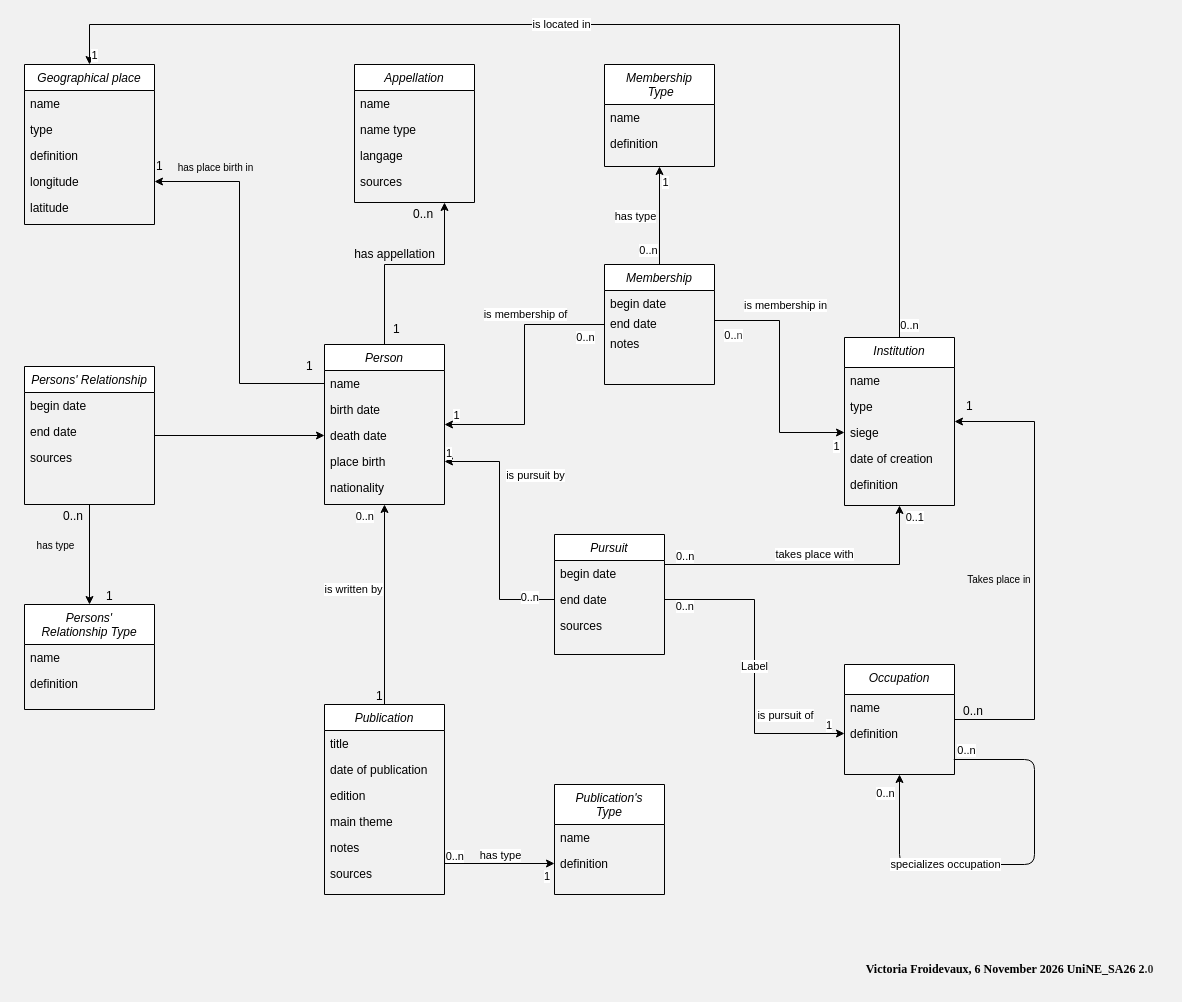
Before: document.drawio in t4sj56bd5r-dev/Historiens-CH-et-FR-du-19e, a draw.io diagram. Source tidied: cells renumbered, new cells numbered last; positions are measured from the earlier drawing's top-left corner, leaving out a move shared by most shapes. Both pictures are drawn from the tidied source at 100%, with x=0, y=0 at pixel (24, 24).
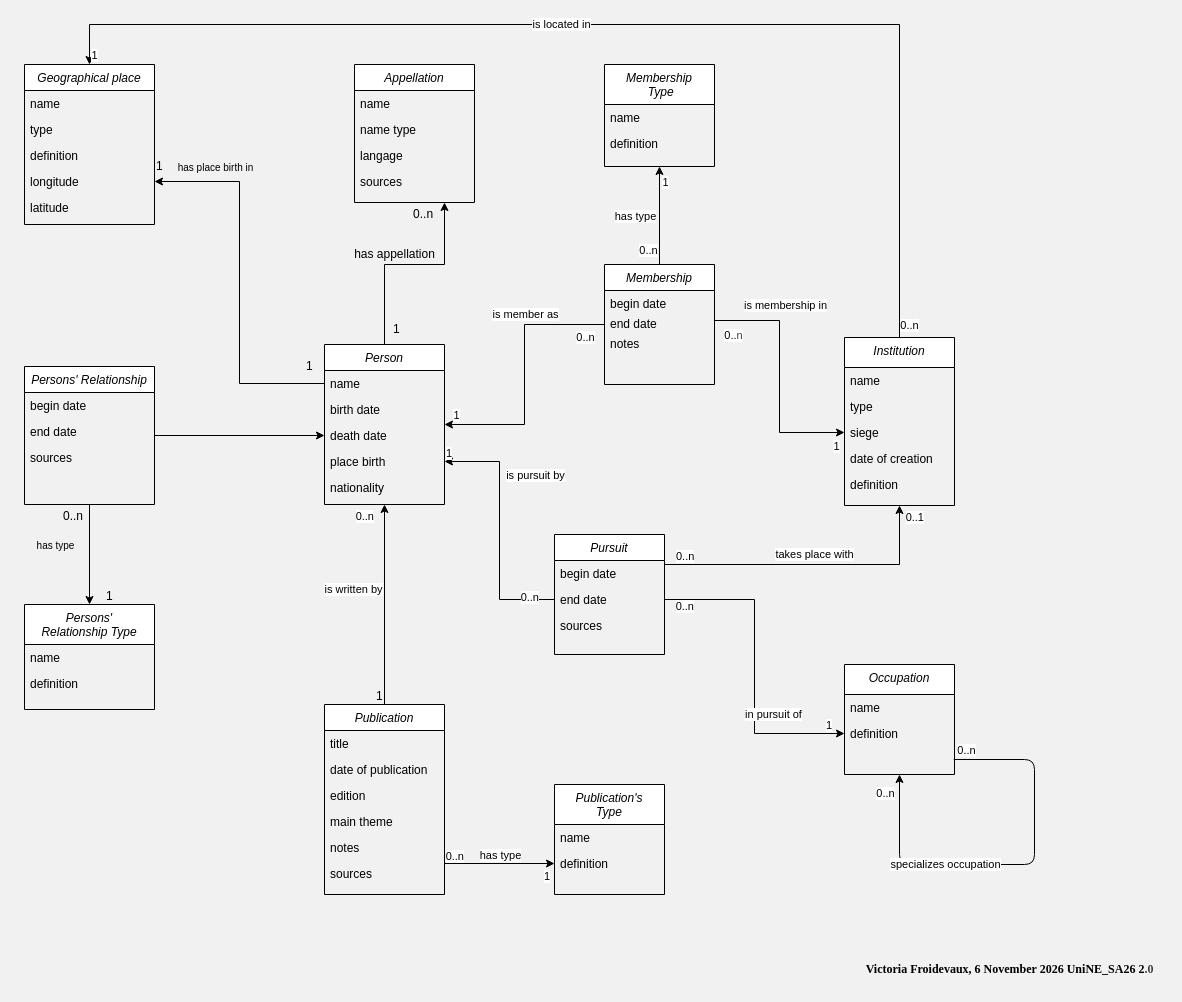
The same diagram, later.

Unchanged cells that the change refers to:
```xml
<mxCell id="14" style="endArrow=classic;shadow=0;strokeWidth=1;rounded=0;endFill=1;edgeStyle=elbowEdgeStyle;elbow=vertical;exitX=0.5;exitY=0;exitDx=0;exitDy=0;entryX=0.75;entryY=1;entryDx=0;entryDy=0;" parent="1" edge="1" source="3" target="9">
  <mxGeometry x="0.5" y="41" relative="1" as="geometry">
    <Array as="points">
      <mxPoint x="390" y="240" />
    </Array>
    <mxPoint x="-40" y="32" as="offset" />
  </mxGeometry>
</mxCell>
<mxCell id="39" value="Occupation" style="swimlane;fontStyle=2;align=center;verticalAlign=top;horizontal=1;startSize=30;rounded=0;shadow=0;strokeWidth=1;" parent="1" vertex="1">
  <mxGeometry x="820" y="640" width="110" height="110" as="geometry" />
</mxCell>
<mxCell id="45" value="definition" style="text;align=left;verticalAlign=top;spacingLeft=4;spacingRight=4;overflow=hidden;points=[[0,0.5],[1,0.5]];portConstraint=eastwest;rounded=0;shadow=0;html=0;" parent="39" vertex="1">
  <mxGeometry y="56" width="110" height="26" as="geometry" />
</mxCell>
<mxCell id="48" value="end date" style="text;align=left;verticalAlign=top;spacingLeft=4;spacingRight=4;overflow=hidden;points=[[0,0.5],[1,0.5]];portConstraint=eastwest;rounded=0;shadow=0;html=0;" parent="46" vertex="1">
  <mxGeometry y="52" width="110" height="26" as="geometry" />
</mxCell>
<mxCell id="71" value="Institution" style="swimlane;fontStyle=2;align=center;verticalAlign=top;horizontal=1;startSize=30;rounded=0;shadow=0;strokeWidth=1;" parent="1" vertex="1">
  <mxGeometry x="820" y="313" width="110" height="168" as="geometry" />
</mxCell>
<mxCell id="96" style="endArrow=classic;html=1;edgeStyle=orthogonalEdgeStyle;rounded=0;curved=0;" parent="1" edge="1" source="87" target="3">
  <mxGeometry x="0.14" y="-42" relative="1" as="geometry" />
</mxCell>
```

What changed in the source:
```diff
@@
-    <mxCell id="25" value="0..n" style="align=right;verticalAlign=bottom;labelBackgroundColor=none;fontSize=12;" parent="14" vertex="1">
-      <mxGeometry x="1" relative="1" as="geometry">
-        <mxPoint x="540" y="517" as="offset" />
-      </mxGeometry>
-    </mxCell>
-    <mxCell id="26" value="1" style="align=left;verticalAlign=bottom;labelBackgroundColor=none;fontSize=12;" parent="14" vertex="1">
-      <mxGeometry x="-1" relative="1" as="geometry">
-        <mxPoint x="580" y="70" as="offset" />
-      </mxGeometry>
-    </mxCell>
@@
-    <mxCell id="38" style="edgeStyle=orthogonalEdgeStyle;html=1;exitX=1;exitY=0.5;exitDx=0;exitDy=0;entryX=1;entryY=0.5;entryDx=0;entryDy=0;rounded=0;" parent="1" edge="1" source="39" target="71">
-      <mxGeometry relative="1" as="geometry">
-        <Array as="points">
-          <mxPoint x="1010" y="695" />
-          <mxPoint x="1010" y="397" />
-        </Array>
-      </mxGeometry>
-    </mxCell>
@@
-    <mxCell id="51" value="Label" style="endArrow=none;html=1;exitX=0;exitY=0.5;exitDx=0;exitDy=0;entryX=1;entryY=0.5;entryDx=0;entryDy=0;startArrow=classic;startFill=1;endFill=0;rounded=0;edgeStyle=orthogonalEdgeStyle;" parent="1" edge="1" source="45" target="48">
-      <mxGeometry relative="1" as="geometry" />
+    <mxCell id="51" value="in pursuit of" style="endArrow=none;html=1;exitX=0;exitY=0.5;exitDx=0;exitDy=0;entryX=1;entryY=0.5;entryDx=0;entryDy=0;startArrow=classic;startFill=1;endFill=0;rounded=0;edgeStyle=orthogonalEdgeStyle;" parent="1" edge="1" source="45" target="48">
+      <mxGeometry x="-0.55" y="-19" relative="1" as="geometry" />
     </mxCell>
-    <mxCell id="52" value="is pursuit of" style="edgeLabel;html=1;align=center;verticalAlign=middle;" parent="51" vertex="1">
-      <mxGeometry relative="1" as="geometry">
-        <mxPoint x="30" y="48" as="offset" />
-      </mxGeometry>
-    </mxCell>
@@
-    <mxCell id="97" value="&lt;span style=&quot;color: rgb(0, 0, 0);&quot;&gt;is membership of&lt;/span&gt;" style="edgeLabel;html=1;align=center;verticalAlign=middle;" parent="96" vertex="1">
+    <mxCell id="97" value="&lt;span style=&quot;color: rgb(0, 0, 0);&quot;&gt;is member as&lt;/span&gt;" style="edgeLabel;html=1;align=center;verticalAlign=middle;" parent="96" vertex="1">
       <mxGeometry x="-0.06" y="4" relative="1" as="geometry">
         <mxPoint x="-4" y="-53" as="offset" />
       </mxGeometry>
     </mxCell>
@@
-    <mxCell id="118" value="&lt;font style=&quot;font-size: 10px;&quot;&gt;Takes place in&lt;/font&gt;" style="text;html=1;whiteSpace=wrap;strokeColor=none;fillColor=none;align=center;verticalAlign=middle;rounded=0;" parent="1" vertex="1">
-      <mxGeometry x="940" y="540" width="70" height="30" as="geometry" />
-    </mxCell>
```
